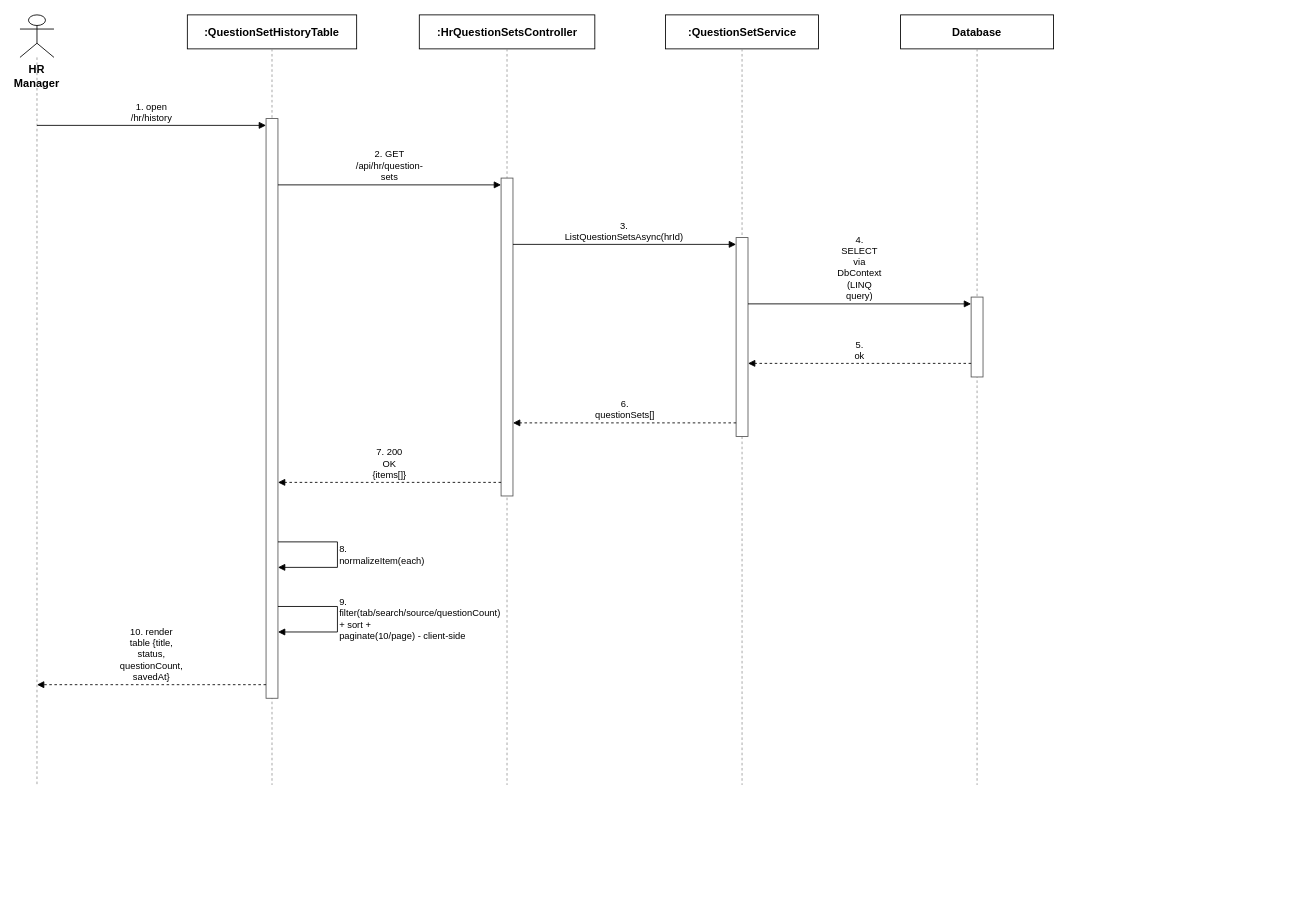
Before: docs/qa/Nam_SequenceDiagram/Report4_SequenceDiagram_QuestionSetManagement_ListQuestionSets.drawio in tulklk/AI_Interview_Question_Generation_RAG_LLM_FE, a draw.io diagram. Source tidied: cells renumbered, new cells numbered last; positions are measured from the earlier drawing's top-left corner, leaving out a move shared by most shapes. Both pictures are drawn from the tidied source at 85%, with x=0, y=0 at pixel (20, 14).
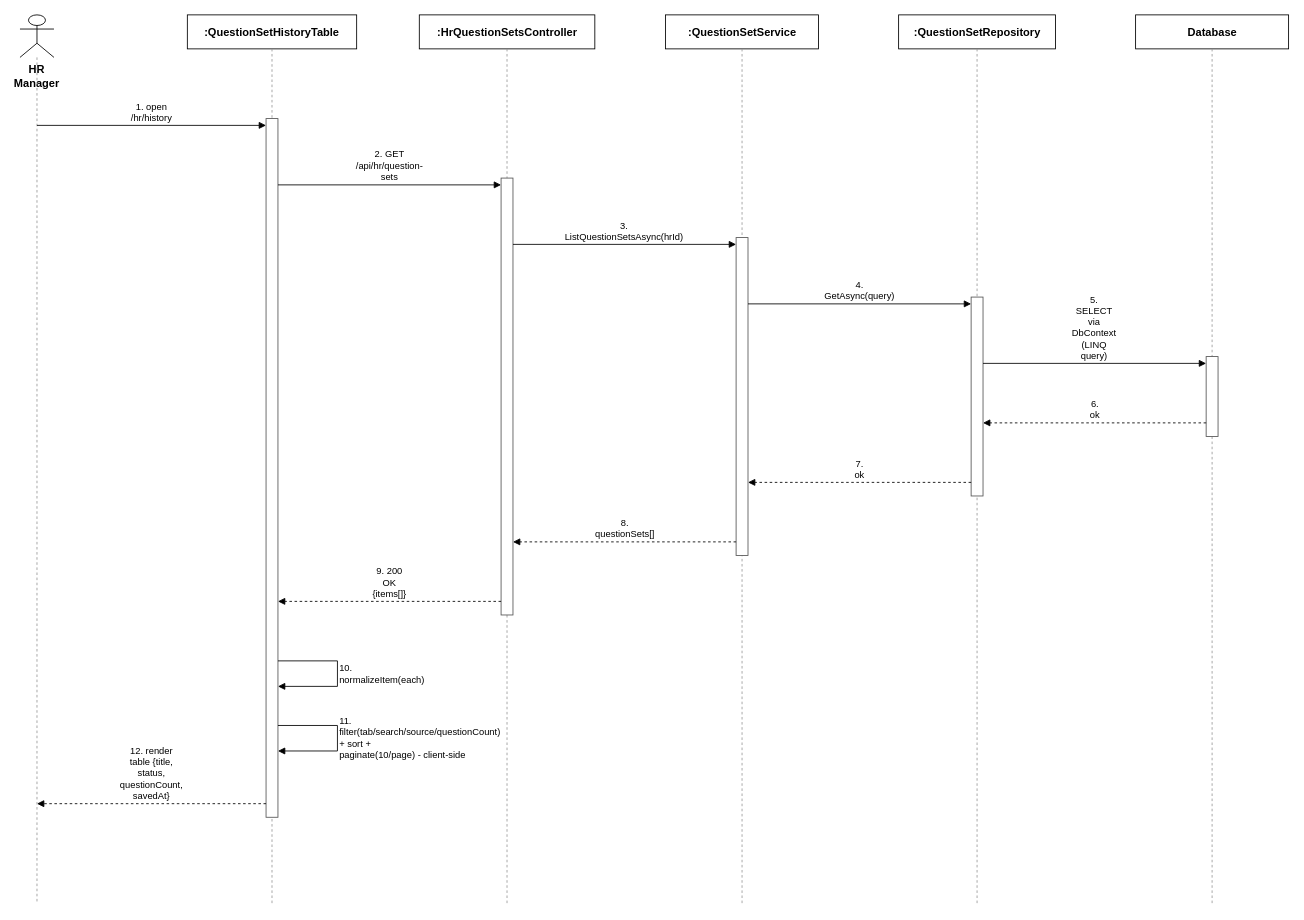
Above is the later version.

What changed in the source:
```diff
@@
     <mxCell id="3" style="endArrow=none;dashed=1;html=1;strokeColor=#999999;" parent="1" edge="1">
       <mxGeometry relative="1" as="geometry">
         <mxPoint x="20" y="50" as="sourcePoint" />
-        <mxPoint x="20" y="906" as="targetPoint" />
+        <mxPoint x="20" y="1046" as="targetPoint" />
       </mxGeometry>
     </mxCell>
@@
     <mxCell id="5" style="endArrow=none;dashed=1;html=1;strokeColor=#999999;" parent="1" edge="1">
       <mxGeometry relative="1" as="geometry">
         <mxPoint x="296.5" y="40" as="sourcePoint" />
-        <mxPoint x="296.5" y="906" as="targetPoint" />
+        <mxPoint x="296.5" y="1046" as="targetPoint" />
       </mxGeometry>
     </mxCell>
@@
     <mxCell id="7" style="endArrow=none;dashed=1;html=1;strokeColor=#999999;" parent="1" edge="1">
       <mxGeometry relative="1" as="geometry">
         <mxPoint x="573" y="40" as="sourcePoint" />
-        <mxPoint x="573" y="906" as="targetPoint" />
+        <mxPoint x="573" y="1046" as="targetPoint" />
       </mxGeometry>
     </mxCell>
@@
     <mxCell id="9" style="endArrow=none;dashed=1;html=1;strokeColor=#999999;" parent="1" edge="1">
       <mxGeometry relative="1" as="geometry">
         <mxPoint x="849.5" y="40" as="sourcePoint" />
-        <mxPoint x="849.5" y="906" as="targetPoint" />
+        <mxPoint x="849.5" y="1046" as="targetPoint" />
       </mxGeometry>
     </mxCell>
-    <mxCell id="10" value="Database" style="rounded=0;whiteSpace=wrap;html=1;fontSize=13;fillColor=#ffffff;strokeColor=#000000;fontStyle=1;" parent="1" vertex="1">
-      <mxGeometry x="1036" width="180" height="40" as="geometry" />
+    <mxCell id="10" value=":QuestionSetRepository" style="rounded=0;whiteSpace=wrap;html=1;fontSize=13;fillColor=#ffffff;strokeColor=#000000;fontStyle=1;" parent="1" vertex="1">
+      <mxGeometry x="1033.7" width="184.6" height="40" as="geometry" />
     </mxCell>
     <mxCell id="11" style="endArrow=none;dashed=1;html=1;strokeColor=#999999;" parent="1" edge="1">
       <mxGeometry relative="1" as="geometry">
         <mxPoint x="1126" y="40" as="sourcePoint" />
-        <mxPoint x="1126" y="906" as="targetPoint" />
+        <mxPoint x="1126" y="1046" as="targetPoint" />
       </mxGeometry>
     </mxCell>
-    <mxCell id="12" style="rounded=0;whiteSpace=wrap;html=1;fillColor=#ffffff;strokeColor=#555555;" parent="1" vertex="1">
-      <mxGeometry x="289.5" y="122" width="14" height="682" as="geometry" />
+    <mxCell id="12" value="Database" style="rounded=0;whiteSpace=wrap;html=1;fontSize=13;fillColor=#ffffff;strokeColor=#000000;fontStyle=1;" parent="1" vertex="1">
+      <mxGeometry x="1312.5" width="180" height="40" as="geometry" />
     </mxCell>
-    <mxCell id="13" style="rounded=0;whiteSpace=wrap;html=1;fillColor=#ffffff;strokeColor=#555555;" parent="1" vertex="1">
-      <mxGeometry x="566" y="192" width="14" height="374" as="geometry" />
+    <mxCell id="13" style="endArrow=none;dashed=1;html=1;strokeColor=#999999;" parent="1" edge="1">
+      <mxGeometry relative="1" as="geometry">
+        <mxPoint x="1402.5" y="40" as="sourcePoint" />
+        <mxPoint x="1402.5" y="1046" as="targetPoint" />
+      </mxGeometry>
     </mxCell>
     <mxCell id="14" style="rounded=0;whiteSpace=wrap;html=1;fillColor=#ffffff;strokeColor=#555555;" parent="1" vertex="1">
-      <mxGeometry x="842.5" y="262" width="14" height="234" as="geometry" />
+      <mxGeometry x="289.5" y="122" width="14" height="822" as="geometry" />
     </mxCell>
     <mxCell id="15" style="rounded=0;whiteSpace=wrap;html=1;fillColor=#ffffff;strokeColor=#555555;" parent="1" vertex="1">
-      <mxGeometry x="1119" y="332" width="14" height="94" as="geometry" />
+      <mxGeometry x="566" y="192" width="14" height="514" as="geometry" />
     </mxCell>
-    <mxCell id="16" value="1. open /hr/history" style="endArrow=block;endFill=1;html=1;whiteSpace=wrap;fontSize=11;align=center;verticalAlign=bottom;labelBackgroundColor=#ffffff;strokeColor=#000000;" parent="1" edge="1">
-      <mxGeometry relative="1" as="geometry">
-        <mxPoint x="20" y="130" as="sourcePoint" />
-        <mxPoint x="289.5" y="130" as="targetPoint" />
-      </mxGeometry>
+    <mxCell id="16" style="rounded=0;whiteSpace=wrap;html=1;fillColor=#ffffff;strokeColor=#555555;" parent="1" vertex="1">
+      <mxGeometry x="842.5" y="262" width="14" height="374" as="geometry" />
     </mxCell>
-    <mxCell id="17" value="2. GET /api/hr/question-sets" style="endArrow=block;endFill=1;html=1;whiteSpace=wrap;fontSize=11;align=center;verticalAlign=bottom;labelBackgroundColor=#ffffff;strokeColor=#000000;" parent="1" edge="1">
-      <mxGeometry relative="1" as="geometry">
-        <mxPoint x="303.5" y="200" as="sourcePoint" />
-        <mxPoint x="566" y="200" as="targetPoint" />
-      </mxGeometry>
+    <mxCell id="17" style="rounded=0;whiteSpace=wrap;html=1;fillColor=#ffffff;strokeColor=#555555;" parent="1" vertex="1">
+      <mxGeometry x="1119" y="332" width="14" height="234" as="geometry" />
     </mxCell>
-    <mxCell id="18" value="3. ListQuestionSetsAsync(hrId)" style="endArrow=block;endFill=1;html=1;whiteSpace=wrap;fontSize=11;align=center;verticalAlign=bottom;labelBackgroundColor=#ffffff;strokeColor=#000000;" parent="1" edge="1">
-      <mxGeometry relative="1" as="geometry">
-        <mxPoint x="580" y="270" as="sourcePoint" />
-        <mxPoint x="842.5" y="270" as="targetPoint" />
-      </mxGeometry>
+    <mxCell id="18" style="rounded=0;whiteSpace=wrap;html=1;fillColor=#ffffff;strokeColor=#555555;" parent="1" vertex="1">
+      <mxGeometry x="1395.5" y="402" width="14" height="94" as="geometry" />
     </mxCell>
-    <mxCell id="19" value="4. SELECT via DbContext (LINQ query)" style="endArrow=block;endFill=1;html=1;whiteSpace=wrap;fontSize=11;align=center;verticalAlign=bottom;labelBackgroundColor=#ffffff;strokeColor=#000000;" parent="1" edge="1">
+    <mxCell id="19" value="1. open /hr/history" style="endArrow=block;endFill=1;html=1;whiteSpace=wrap;fontSize=11;align=center;verticalAlign=bottom;labelBackgroundColor=#ffffff;strokeColor=#000000;" parent="1" edge="1">
       <mxGeometry relative="1" as="geometry">
-        <mxPoint x="856.5" y="340" as="sourcePoint" />
-        <mxPoint x="1119" y="340" as="targetPoint" />
+        <mxPoint x="20" y="130" as="sourcePoint" />
+        <mxPoint x="289.5" y="130" as="targetPoint" />
       </mxGeometry>
     </mxCell>
-    <mxCell id="20" value="5. ok" style="endArrow=block;endFill=1;html=1;whiteSpace=wrap;dashed=1;fontSize=11;align=center;verticalAlign=bottom;labelBackgroundColor=#ffffff;strokeColor=#000000;" parent="1" edge="1">
+    <mxCell id="20" value="2. GET /api/hr/question-sets" style="endArrow=block;endFill=1;html=1;whiteSpace=wrap;fontSize=11;align=center;verticalAlign=bottom;labelBackgroundColor=#ffffff;strokeColor=#000000;" parent="1" edge="1">
       <mxGeometry relative="1" as="geometry">
-        <mxPoint x="1119" y="410" as="sourcePoint" />
-        <mxPoint x="856.5" y="410" as="targetPoint" />
+        <mxPoint x="303.5" y="200" as="sourcePoint" />
+        <mxPoint x="566" y="200" as="targetPoint" />
       </mxGeometry>
     </mxCell>
-    <mxCell id="21" value="6. questionSets[]" style="endArrow=block;endFill=1;html=1;whiteSpace=wrap;dashed=1;fontSize=11;align=center;verticalAlign=bottom;labelBackgroundColor=#ffffff;strokeColor=#000000;" parent="1" edge="1">
+    <mxCell id="21" value="3. ListQuestionSetsAsync(hrId)" style="endArrow=block;endFill=1;html=1;whiteSpace=wrap;fontSize=11;align=center;verticalAlign=bottom;labelBackgroundColor=#ffffff;strokeColor=#000000;" parent="1" edge="1">
       <mxGeometry relative="1" as="geometry">
-        <mxPoint x="842.5" y="480" as="sourcePoint" />
-        <mxPoint x="580" y="480" as="targetPoint" />
+        <mxPoint x="580" y="270" as="sourcePoint" />
+        <mxPoint x="842.5" y="270" as="targetPoint" />
       </mxGeometry>
     </mxCell>
-    <mxCell id="22" value="7. 200 OK {items[]}" style="endArrow=block;endFill=1;html=1;whiteSpace=wrap;dashed=1;fontSize=11;align=center;verticalAlign=bottom;labelBackgroundColor=#ffffff;strokeColor=#000000;" parent="1" edge="1">
+    <mxCell id="22" value="4. GetAsync(query)" style="endArrow=block;endFill=1;html=1;whiteSpace=wrap;fontSize=11;align=center;verticalAlign=bottom;labelBackgroundColor=#ffffff;strokeColor=#000000;" parent="1" edge="1">
       <mxGeometry relative="1" as="geometry">
-        <mxPoint x="566" y="550" as="sourcePoint" />
-        <mxPoint x="303.5" y="550" as="targetPoint" />
+        <mxPoint x="856.5" y="340" as="sourcePoint" />
+        <mxPoint x="1119" y="340" as="targetPoint" />
       </mxGeometry>
     </mxCell>
-    <mxCell id="23" value="8. normalizeItem(each)" style="endArrow=block;endFill=1;html=1;whiteSpace=wrap;fontSize=11;align=left;verticalAlign=middle;labelBackgroundColor=#ffffff;rounded=0;strokeColor=#000000;" parent="1" edge="1">
+    <mxCell id="23" value="5. SELECT via DbContext (LINQ query)" style="endArrow=block;endFill=1;html=1;whiteSpace=wrap;fontSize=11;align=center;verticalAlign=bottom;labelBackgroundColor=#ffffff;strokeColor=#000000;" parent="1" edge="1">
       <mxGeometry relative="1" as="geometry">
-        <mxPoint x="303.5" y="620" as="sourcePoint" />
-        <mxPoint x="303.5" y="650" as="targetPoint" />
-        <Array as="points">
-          <mxPoint x="373.5" y="620" />
-          <mxPoint x="373.5" y="650" />
-        </Array>
+        <mxPoint x="1133" y="410" as="sourcePoint" />
+        <mxPoint x="1395.5" y="410" as="targetPoint" />
       </mxGeometry>
     </mxCell>
-    <mxCell id="24" value="9. filter(tab/search/source/questionCount) + sort +&lt;br&gt;paginate(10/page) - client-side" style="endArrow=block;endFill=1;html=1;whiteSpace=wrap;fontSize=11;align=left;verticalAlign=middle;labelBackgroundColor=#ffffff;rounded=0;strokeColor=#000000;" parent="1" edge="1">
+    <mxCell id="24" value="6. ok" style="endArrow=block;endFill=1;html=1;whiteSpace=wrap;dashed=1;fontSize=11;align=center;verticalAlign=bottom;labelBackgroundColor=#ffffff;strokeColor=#000000;" parent="1" edge="1">
       <mxGeometry relative="1" as="geometry">
-        <mxPoint x="303.5" y="696" as="sourcePoint" />
-        <mxPoint x="303.5" y="726" as="targetPoint" />
-        <Array as="points">
-          <mxPoint x="373.5" y="696" />
-          <mxPoint x="373.5" y="726" />
-        </Array>
+        <mxPoint x="1395.5" y="480" as="sourcePoint" />
+        <mxPoint x="1133" y="480" as="targetPoint" />
       </mxGeometry>
     </mxCell>
-    <mxCell id="25" value="10. render table {title, status, questionCount,&lt;br&gt;savedAt}" style="endArrow=block;endFill=1;html=1;whiteSpace=wrap;dashed=1;fontSize=11;align=center;verticalAlign=bottom;labelBackgroundColor=#ffffff;strokeColor=#000000;" parent="1" edge="1">
+    <mxCell id="25" value="7. ok" style="endArrow=block;endFill=1;html=1;whiteSpace=wrap;dashed=1;fontSize=11;align=center;verticalAlign=bottom;labelBackgroundColor=#ffffff;strokeColor=#000000;" parent="1" edge="1">
       <mxGeometry relative="1" as="geometry">
-        <mxPoint x="289.5" y="788" as="sourcePoint" />
-        <mxPoint x="20" y="788" as="targetPoint" />
+        <mxPoint x="1119" y="550" as="sourcePoint" />
+        <mxPoint x="856.5" y="550" as="targetPoint" />
       </mxGeometry>
     </mxCell>
+    <mxCell id="26" value="8. questionSets[]" style="endArrow=block;endFill=1;html=1;whiteSpace=wrap;dashed=1;fontSize=11;align=center;verticalAlign=bottom;labelBackgroundColor=#ffffff;strokeColor=#000000;" parent="1" edge="1">
+      <mxGeometry relative="1" as="geometry">
+        <mxPoint x="842.5" y="620" as="sourcePoint" />
+        <mxPoint x="580" y="620" as="targetPoint" />
+      </mxGeometry>
+    </mxCell>
+    <mxCell id="27" value="9. 200 OK {items[]}" style="endArrow=block;endFill=1;html=1;whiteSpace=wrap;dashed=1;fontSize=11;align=center;verticalAlign=bottom;labelBackgroundColor=#ffffff;strokeColor=#000000;" parent="1" edge="1">
+      <mxGeometry relative="1" as="geometry">
+        <mxPoint x="566" y="690" as="sourcePoint" />
+        <mxPoint x="303.5" y="690" as="targetPoint" />
+      </mxGeometry>
+    </mxCell>
+    <mxCell id="28" value="10. normalizeItem(each)" style="endArrow=block;endFill=1;html=1;whiteSpace=wrap;fontSize=11;align=left;verticalAlign=middle;labelBackgroundColor=#ffffff;rounded=0;strokeColor=#000000;" parent="1" edge="1">
+      <mxGeometry relative="1" as="geometry">
+        <mxPoint x="303.5" y="760" as="sourcePoint" />
+        <mxPoint x="303.5" y="790" as="targetPoint" />
+        <Array as="points">
+          <mxPoint x="373.5" y="760" />
+          <mxPoint x="373.5" y="790" />
+        </Array>
+      </mxGeometry>
+    </mxCell>
+    <mxCell id="29" value="11. filter(tab/search/source/questionCount) + sort +&lt;br&gt;paginate(10/page) - client-side" style="endArrow=block;endFill=1;html=1;whiteSpace=wrap;fontSize=11;align=left;verticalAlign=middle;labelBackgroundColor=#ffffff;rounded=0;strokeColor=#000000;" parent="1" edge="1">
+      <mxGeometry relative="1" as="geometry">
+        <mxPoint x="303.5" y="836" as="sourcePoint" />
+        <mxPoint x="303.5" y="866" as="targetPoint" />
+        <Array as="points">
+          <mxPoint x="373.5" y="836" />
+          <mxPoint x="373.5" y="866" />
+        </Array>
+      </mxGeometry>
+    </mxCell>
+    <mxCell id="30" value="12. render table {title, status, questionCount,&lt;br&gt;savedAt}" style="endArrow=block;endFill=1;html=1;whiteSpace=wrap;dashed=1;fontSize=11;align=center;verticalAlign=bottom;labelBackgroundColor=#ffffff;strokeColor=#000000;" parent="1" edge="1">
+      <mxGeometry relative="1" as="geometry">
+        <mxPoint x="289.5" y="928" as="sourcePoint" />
+        <mxPoint x="20" y="928" as="targetPoint" />
+      </mxGeometry>
+    </mxCell>
```
